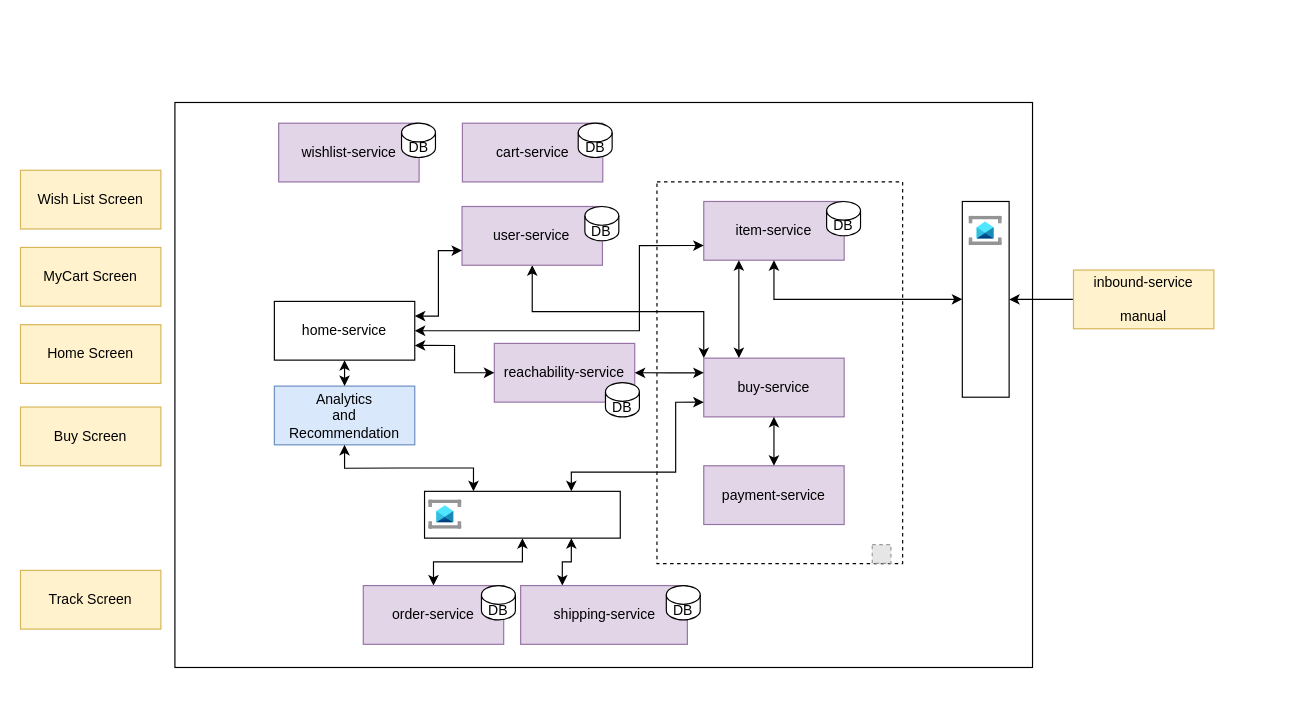
palash2208/system-design keeps this draw.io diagram as systemdesign.drawio. Above is the earlier version. Source tidied: cells renumbered, new cells numbered last; positions are measured from the earlier drawing's top-left corner, leaving out a move shared by most shapes. Both pictures are drawn from the tidied source at 117%, with x=0, y=0 at pixel (20, 102). Pictures stored in the file or linked from it are replaced by grey dashed boxes.
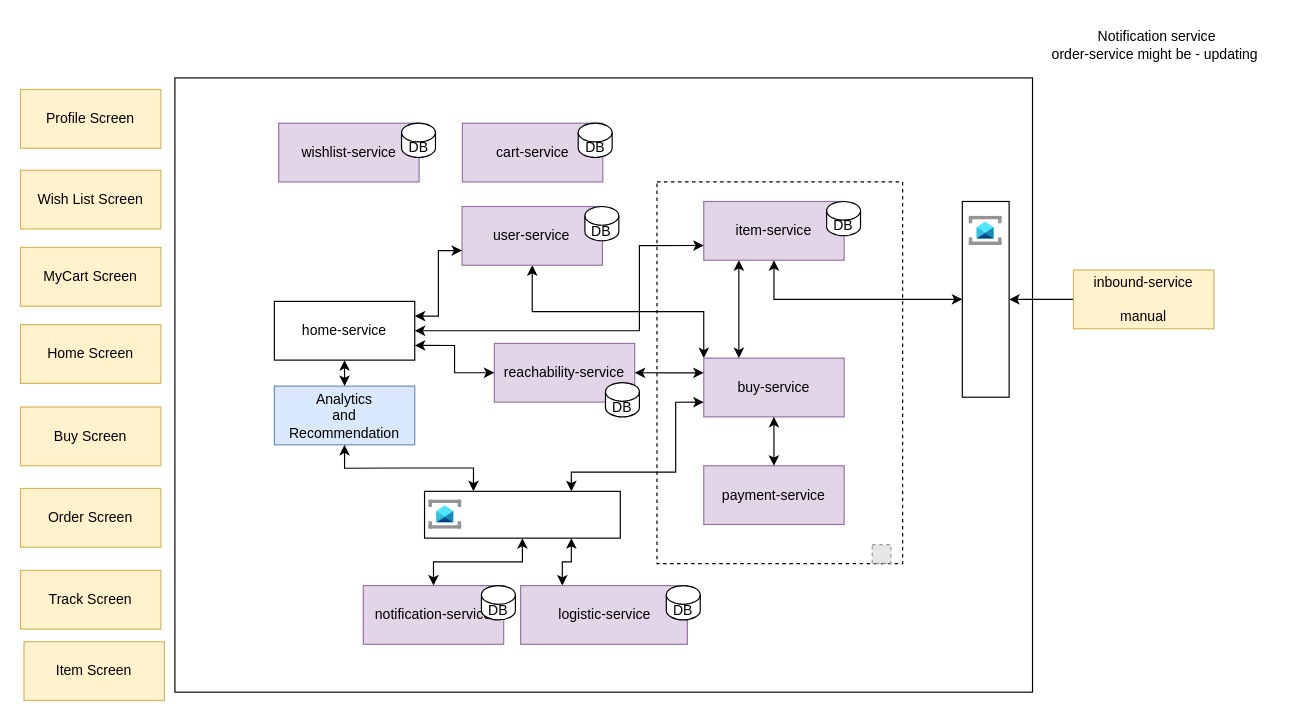
The same diagram, later.

The edit, as a diff of the source:
```diff
@@
     <mxCell id="2" style="group;" parent="1" vertex="1">
-      <mxGeometry y="52.1" width="1020" height="430.9" as="geometry" />
+      <mxGeometry y="52.1" width="1020" height="459.1" as="geometry" />
     </mxCell>
     <mxCell id="3" style="rounded=0;whiteSpace=wrap;html=1;" parent="2" vertex="1">
-      <mxGeometry x="132" y="-52" width="733" height="482.9" as="geometry" />
+      <mxGeometry x="132" y="-73" width="733" height="525" as="geometry" />
     </mxCell>
@@
-    <mxCell id="26" value="shipping-service" style="rounded=0;whiteSpace=wrap;html=1;fillColor=#e1d5e7;strokeColor=#9673a6;" parent="2" vertex="1">
+    <mxCell id="26" value="logistic-service" style="rounded=0;whiteSpace=wrap;html=1;fillColor=#e1d5e7;strokeColor=#9673a6;" parent="2" vertex="1">
       <mxGeometry x="427.5" y="360.9" width="142.5" height="50.2" as="geometry" />
     </mxCell>
@@
-    <mxCell id="36" value="order-service" style="rounded=0;whiteSpace=wrap;html=1;fillColor=#e1d5e7;strokeColor=#9673a6;" parent="2" vertex="1">
+    <mxCell id="36" value="notification-service" style="rounded=0;whiteSpace=wrap;html=1;fillColor=#e1d5e7;strokeColor=#9673a6;" parent="2" vertex="1">
       <mxGeometry x="293" y="360.9" width="120" height="50.2" as="geometry" />
     </mxCell>
@@
+    <mxCell id="50" value="Order Screen" style="rounded=0;whiteSpace=wrap;html=1;fillColor=#fff2cc;strokeColor=#d6b656;" parent="2" vertex="1">
+      <mxGeometry y="277.9" width="120" height="50.2" as="geometry" />
+    </mxCell>
+    <mxCell id="51" value="Item Screen" style="rounded=0;whiteSpace=wrap;html=1;fillColor=#fff2cc;strokeColor=#d6b656;" parent="2" vertex="1">
+      <mxGeometry x="3" y="408.9" width="120" height="50.2" as="geometry" />
+    </mxCell>
@@
+    <mxCell id="52" value="Profile Screen" style="rounded=0;whiteSpace=wrap;html=1;fillColor=#fff2cc;strokeColor=#d6b656;" parent="1" vertex="1">
+      <mxGeometry y="-11" width="120" height="50.2" as="geometry" />
+    </mxCell>
+    <mxCell id="53" value="Notification service&lt;br&gt;order-service might be - updating&amp;nbsp;" style="text;html=1;align=center;verticalAlign=middle;strokeColor=none;fillColor=none;" parent="1" vertex="1">
+      <mxGeometry x="872" y="-70" width="197" height="41" as="geometry" />
+    </mxCell>
```
